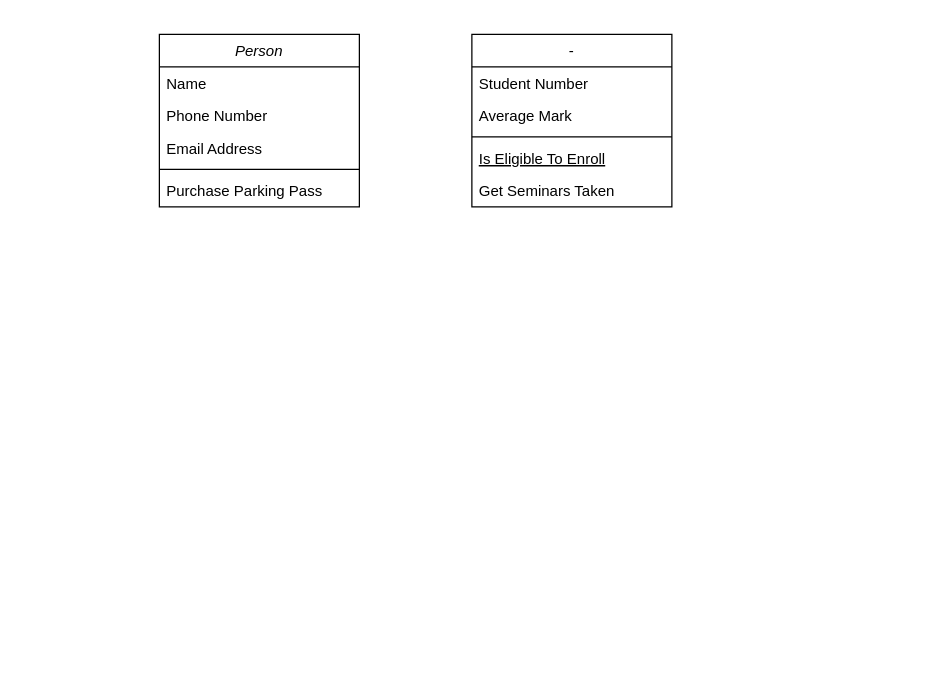
This is Internship.drawio from NeneWang/000-draw-diagrams, a draw.io file, before an edit. Source tidied: cells renumbered, new cells numbered last; positions are measured from the earlier drawing's top-left corner, leaving out a move shared by most shapes. Both pictures are drawn from the tidied source at 125%, with x=0, y=0 at pixel (159, 34).
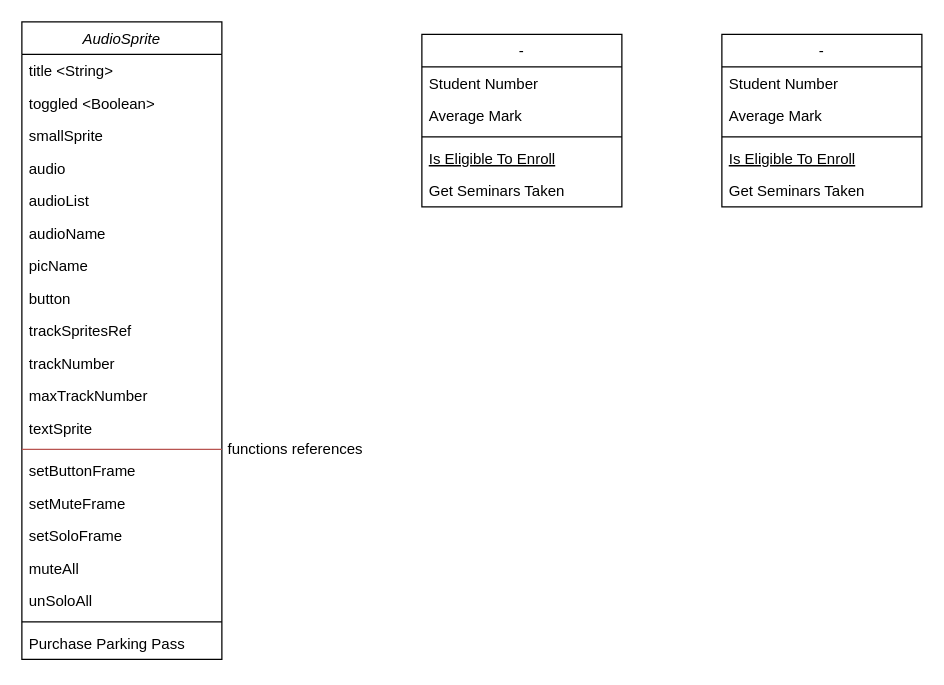
The same page after the edit.

Change to the diagram source:
```diff
@@
-    <mxCell id="2" value="Person" style="swimlane;fontStyle=2;align=center;verticalAlign=top;horizontal=1;startSize=26;rounded=0;shadow=0;strokeWidth=1;" parent="1" vertex="1">
-      <mxGeometry width="160" height="138" as="geometry" />
+    <mxCell id="2" value="AudioSprite" style="swimlane;fontStyle=2;align=center;verticalAlign=top;horizontal=1;startSize=26;rounded=0;shadow=0;strokeWidth=1;" parent="1" vertex="1">
+      <mxGeometry x="-110" y="-10" width="160" height="510" as="geometry" />
     </mxCell>
-    <mxCell id="3" value="Name" style="text;align=left;verticalAlign=top;spacingLeft=4;spacingRight=4;overflow=hidden;" parent="2" vertex="1">
+    <mxCell id="3" value="title &lt;String&gt;" style="text;align=left;verticalAlign=top;spacingLeft=4;spacingRight=4;overflow=hidden;" parent="2" vertex="1">
       <mxGeometry y="26" width="160" height="26" as="geometry" />
     </mxCell>
-    <mxCell id="4" value="Phone Number" style="text;align=left;verticalAlign=top;spacingLeft=4;spacingRight=4;overflow=hidden;rounded=0;shadow=0;html=0;" parent="2" vertex="1">
+    <mxCell id="4" value="toggled &lt;Boolean&gt;" style="text;align=left;verticalAlign=top;spacingLeft=4;spacingRight=4;overflow=hidden;rounded=0;shadow=0;html=0;" parent="2" vertex="1">
       <mxGeometry y="52" width="160" height="26" as="geometry" />
     </mxCell>
+    <mxCell id="14" value="smallSprite" style="text;align=left;verticalAlign=top;spacingLeft=4;spacingRight=4;overflow=hidden;rounded=0;shadow=0;html=0;" parent="2" vertex="1">
+      <mxGeometry y="78" width="160" height="26" as="geometry" />
+    </mxCell>
+    <mxCell id="15" value="audio" style="text;align=left;verticalAlign=top;spacingLeft=4;spacingRight=4;overflow=hidden;rounded=0;shadow=0;html=0;" parent="2" vertex="1">
+      <mxGeometry y="104" width="160" height="26" as="geometry" />
+    </mxCell>
+    <mxCell id="16" value="audioList" style="text;align=left;verticalAlign=top;spacingLeft=4;spacingRight=4;overflow=hidden;rounded=0;shadow=0;html=0;" parent="2" vertex="1">
+      <mxGeometry y="130" width="160" height="26" as="geometry" />
+    </mxCell>
-    <mxCell id="5" value="Email Address" style="text;align=left;verticalAlign=top;spacingLeft=4;spacingRight=4;overflow=hidden;rounded=0;shadow=0;html=0;" parent="2" vertex="1">
-      <mxGeometry y="78" width="160" height="26" as="geometry" />
+    <mxCell id="5" value="audioName" style="text;align=left;verticalAlign=top;spacingLeft=4;spacingRight=4;overflow=hidden;rounded=0;shadow=0;html=0;" parent="2" vertex="1">
+      <mxGeometry y="156" width="160" height="26" as="geometry" />
     </mxCell>
+    <mxCell id="17" value="picName" style="text;align=left;verticalAlign=top;spacingLeft=4;spacingRight=4;overflow=hidden;rounded=0;shadow=0;html=0;" parent="2" vertex="1">
+      <mxGeometry y="182" width="160" height="26" as="geometry" />
+    </mxCell>
+    <mxCell id="18" value="button" style="text;align=left;verticalAlign=top;spacingLeft=4;spacingRight=4;overflow=hidden;rounded=0;shadow=0;html=0;" parent="2" vertex="1">
+      <mxGeometry y="208" width="160" height="26" as="geometry" />
+    </mxCell>
+    <mxCell id="19" value="trackSpritesRef" style="text;align=left;verticalAlign=top;spacingLeft=4;spacingRight=4;overflow=hidden;rounded=0;shadow=0;html=0;" parent="2" vertex="1">
+      <mxGeometry y="234" width="160" height="26" as="geometry" />
+    </mxCell>
+    <mxCell id="20" value="trackNumber" style="text;align=left;verticalAlign=top;spacingLeft=4;spacingRight=4;overflow=hidden;rounded=0;shadow=0;html=0;" parent="2" vertex="1">
+      <mxGeometry y="260" width="160" height="26" as="geometry" />
+    </mxCell>
+    <mxCell id="21" value="maxTrackNumber" style="text;align=left;verticalAlign=top;spacingLeft=4;spacingRight=4;overflow=hidden;rounded=0;shadow=0;html=0;" parent="2" vertex="1">
+      <mxGeometry y="286" width="160" height="26" as="geometry" />
+    </mxCell>
+    <mxCell id="22" value="textSprite" style="text;align=left;verticalAlign=top;spacingLeft=4;spacingRight=4;overflow=hidden;rounded=0;shadow=0;html=0;" parent="2" vertex="1">
+      <mxGeometry y="312" width="160" height="26" as="geometry" />
+    </mxCell>
+    <mxCell id="23" value="functions references" style="line;html=1;strokeWidth=1;align=left;verticalAlign=middle;spacingTop=-1;spacingLeft=3;spacingRight=3;labelPosition=right;fillColor=#f8cecc;strokeColor=#b85450;" parent="2" vertex="1">
+      <mxGeometry y="338" width="160" height="8" as="geometry" />
+    </mxCell>
+    <mxCell id="24" value="setButtonFrame" style="text;align=left;verticalAlign=top;spacingLeft=4;spacingRight=4;overflow=hidden;rounded=0;shadow=0;html=0;" parent="2" vertex="1">
+      <mxGeometry y="346" width="160" height="26" as="geometry" />
+    </mxCell>
+    <mxCell id="25" value="setMuteFrame" style="text;align=left;verticalAlign=top;spacingLeft=4;spacingRight=4;overflow=hidden;rounded=0;shadow=0;html=0;" parent="2" vertex="1">
+      <mxGeometry y="372" width="160" height="26" as="geometry" />
+    </mxCell>
+    <mxCell id="26" value="setSoloFrame" style="text;align=left;verticalAlign=top;spacingLeft=4;spacingRight=4;overflow=hidden;rounded=0;shadow=0;html=0;" parent="2" vertex="1">
+      <mxGeometry y="398" width="160" height="26" as="geometry" />
+    </mxCell>
+    <mxCell id="27" value="muteAll" style="text;align=left;verticalAlign=top;spacingLeft=4;spacingRight=4;overflow=hidden;rounded=0;shadow=0;html=0;" parent="2" vertex="1">
+      <mxGeometry y="424" width="160" height="26" as="geometry" />
+    </mxCell>
+    <mxCell id="28" value="unSoloAll" style="text;align=left;verticalAlign=top;spacingLeft=4;spacingRight=4;overflow=hidden;rounded=0;shadow=0;html=0;" parent="2" vertex="1">
+      <mxGeometry y="450" width="160" height="26" as="geometry" />
+    </mxCell>
     <mxCell id="6" style="line;html=1;strokeWidth=1;align=left;verticalAlign=middle;spacingTop=-1;spacingLeft=3;spacingRight=3;labelPosition=right;" parent="2" vertex="1">
-      <mxGeometry y="104" width="160" height="8" as="geometry" />
+      <mxGeometry y="476" width="160" height="8" as="geometry" />
     </mxCell>
     <mxCell id="7" value="Purchase Parking Pass" style="text;align=left;verticalAlign=top;spacingLeft=4;spacingRight=4;overflow=hidden;" parent="2" vertex="1">
-      <mxGeometry y="112" width="160" height="26" as="geometry" />
+      <mxGeometry y="484" width="160" height="26" as="geometry" />
     </mxCell>
     <mxCell id="8" value="-" style="swimlane;fontStyle=0;align=center;verticalAlign=top;horizontal=1;startSize=26;rounded=0;shadow=0;strokeWidth=1;" parent="1" vertex="1">
-      <mxGeometry x="250" width="160" height="138" as="geometry" />
+      <mxGeometry x="450" width="160" height="138" as="geometry" />
     </mxCell>
@@
+    <mxCell id="29" value="-" style="swimlane;fontStyle=0;align=center;verticalAlign=top;horizontal=1;startSize=26;rounded=0;shadow=0;strokeWidth=1;" parent="1" vertex="1">
+      <mxGeometry x="210" width="160" height="138" as="geometry" />
+    </mxCell>
+    <mxCell id="30" value="Student Number" style="text;align=left;verticalAlign=top;spacingLeft=4;spacingRight=4;overflow=hidden;" parent="29" vertex="1">
+      <mxGeometry y="26" width="160" height="26" as="geometry" />
+    </mxCell>
+    <mxCell id="31" value="Average Mark" style="text;align=left;verticalAlign=top;spacingLeft=4;spacingRight=4;overflow=hidden;rounded=0;shadow=0;html=0;" parent="29" vertex="1">
+      <mxGeometry y="52" width="160" height="26" as="geometry" />
+    </mxCell>
+    <mxCell id="32" style="line;html=1;strokeWidth=1;align=left;verticalAlign=middle;spacingTop=-1;spacingLeft=3;spacingRight=3;labelPosition=right;" parent="29" vertex="1">
+      <mxGeometry y="78" width="160" height="8" as="geometry" />
+    </mxCell>
+    <mxCell id="33" value="Is Eligible To Enroll" style="text;align=left;verticalAlign=top;spacingLeft=4;spacingRight=4;overflow=hidden;fontStyle=4;" parent="29" vertex="1">
+      <mxGeometry y="86" width="160" height="26" as="geometry" />
+    </mxCell>
+    <mxCell id="34" value="Get Seminars Taken" style="text;align=left;verticalAlign=top;spacingLeft=4;spacingRight=4;overflow=hidden;" parent="29" vertex="1">
+      <mxGeometry y="112" width="160" height="26" as="geometry" />
+    </mxCell>
```
